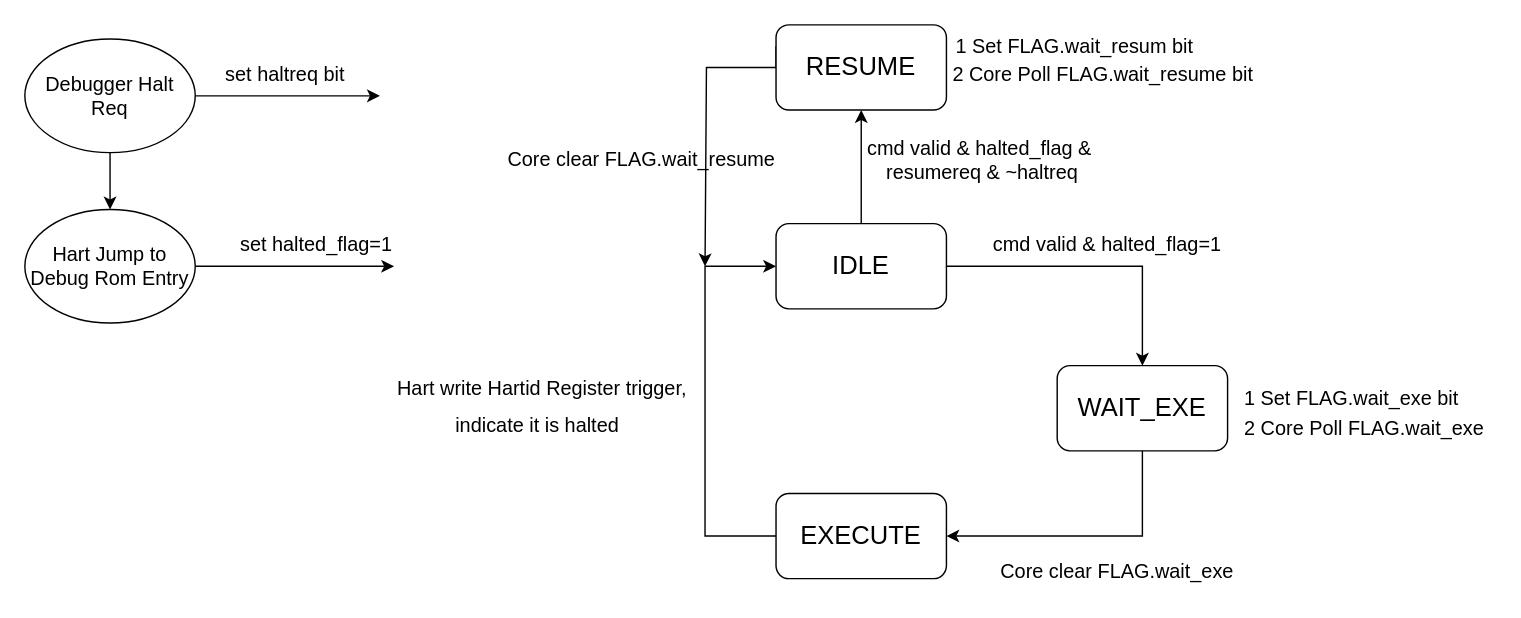
Above: 未命名绘图.drawio in blin123/hdl (draw.io), before the change. Source tidied: cells renumbered, new cells numbered last; positions are measured from the earlier drawing's top-left corner, leaving out a move shared by most shapes. Both pictures are drawn from the tidied source at 142%, with x=0, y=0 at pixel (24, 24).
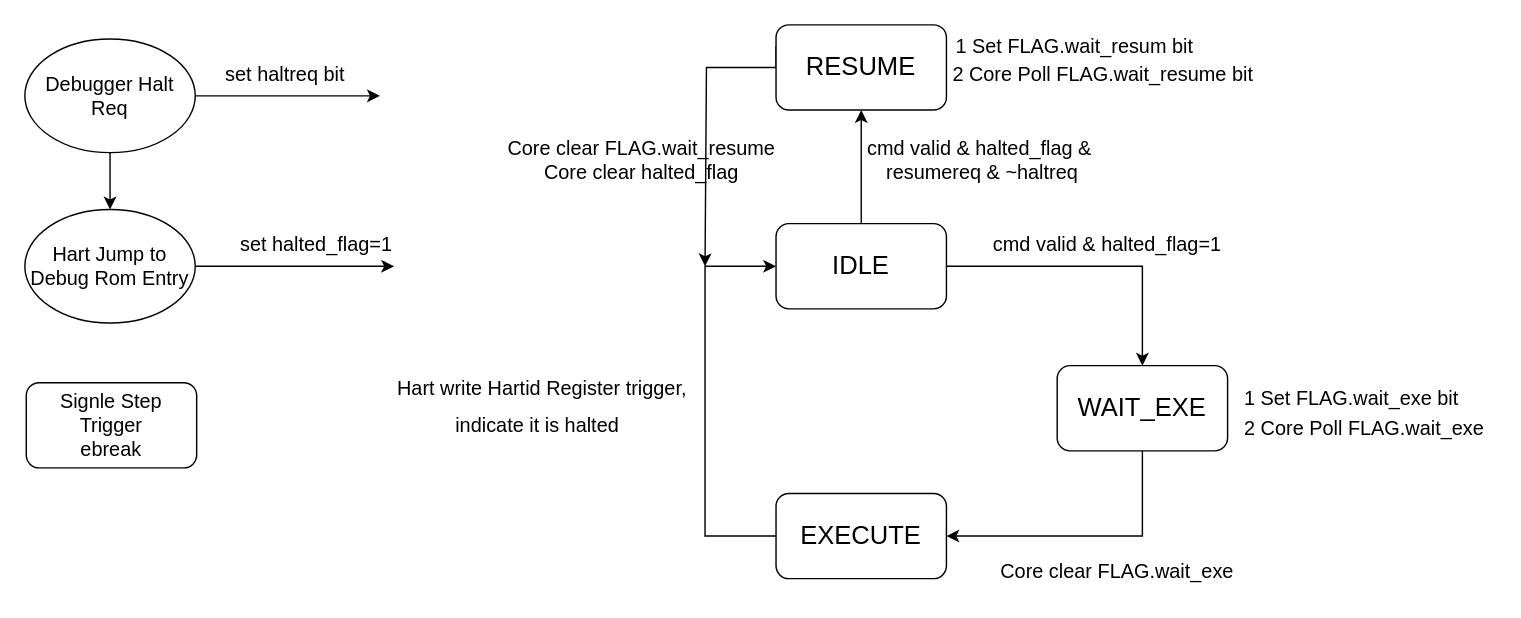
The same diagram, later.

Commit message:
更新未命名绘图.drawio

Diff of the diagram source:
```diff
@@
-    <mxCell id="26" value="&lt;font style=&quot;font-size: 14px;&quot;&gt;Core clear FLAG.wait_resume&lt;/font&gt;" style="text;html=1;align=center;verticalAlign=middle;strokeColor=none;fillColor=none;" parent="1" vertex="1">
-      <mxGeometry x="329" y="80" width="210" height="30" as="geometry" />
+    <mxCell id="26" value="&lt;font style=&quot;font-size: 14px;&quot;&gt;Core clear FLAG.wait_resume&lt;/font&gt;&lt;div&gt;&lt;font style=&quot;font-size: 14px;&quot;&gt;Core clear halted_flag&lt;/font&gt;&lt;/div&gt;" style="text;html=1;align=center;verticalAlign=middle;strokeColor=none;fillColor=none;" parent="1" vertex="1">
+      <mxGeometry x="331" y="72" width="206" height="46" as="geometry" />
     </mxCell>
+    <mxCell id="27" value="&lt;span style=&quot;font-size: 14px;&quot;&gt;Signle Step&lt;/span&gt;&lt;div&gt;&lt;span style=&quot;font-size: 14px;&quot;&gt;Trigger&lt;/span&gt;&lt;/div&gt;&lt;div&gt;&lt;span style=&quot;font-size: 14px;&quot;&gt;ebreak&lt;/span&gt;&lt;/div&gt;" style="rounded=1;whiteSpace=wrap;html=1;" parent="1" vertex="1">
+      <mxGeometry x="1" y="252" width="120" height="60" as="geometry" />
+    </mxCell>
```
